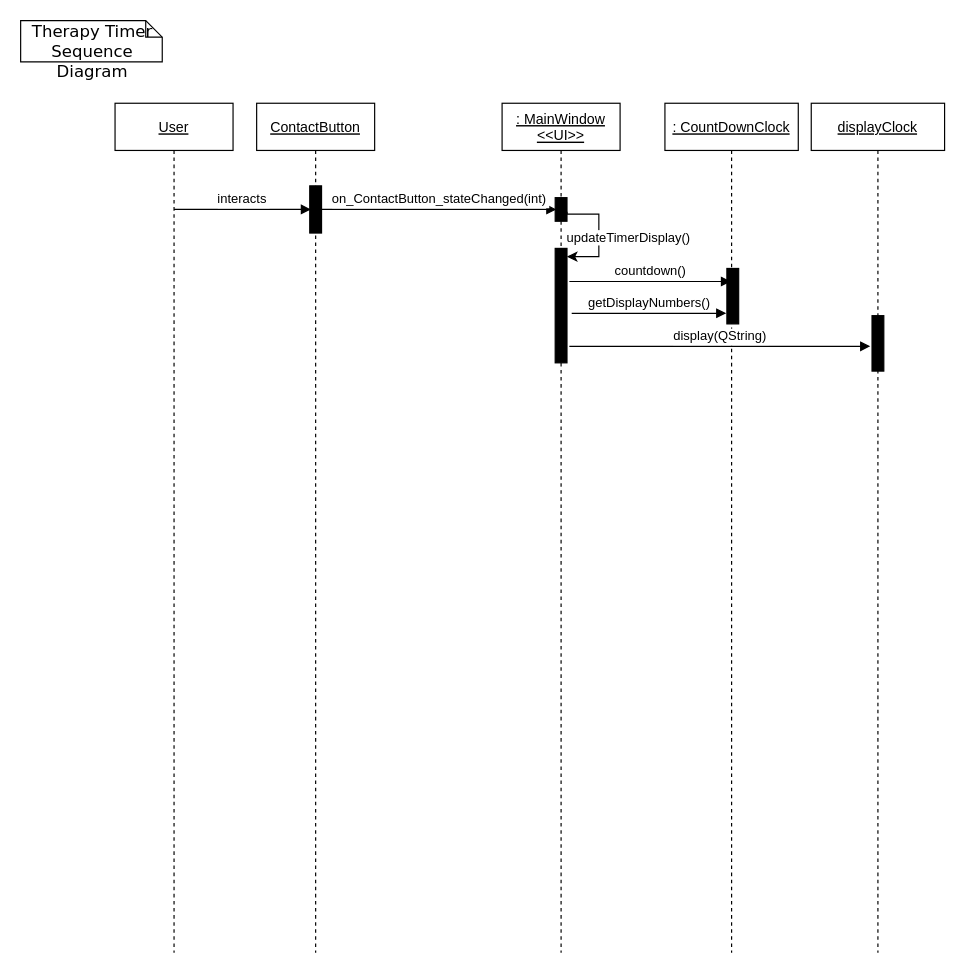
Earlier version of the draw.io diagram Documentation/TherapyTimer.drawio (Hall-Andrew/CESDEVICE-3004FinalProject). Source tidied: cells renumbered, new cells numbered last; positions are measured from the earlier drawing's top-left corner, leaving out a move shared by most shapes. Both pictures are drawn from the tidied source at 118%, with x=0, y=0 at pixel (20, 20).
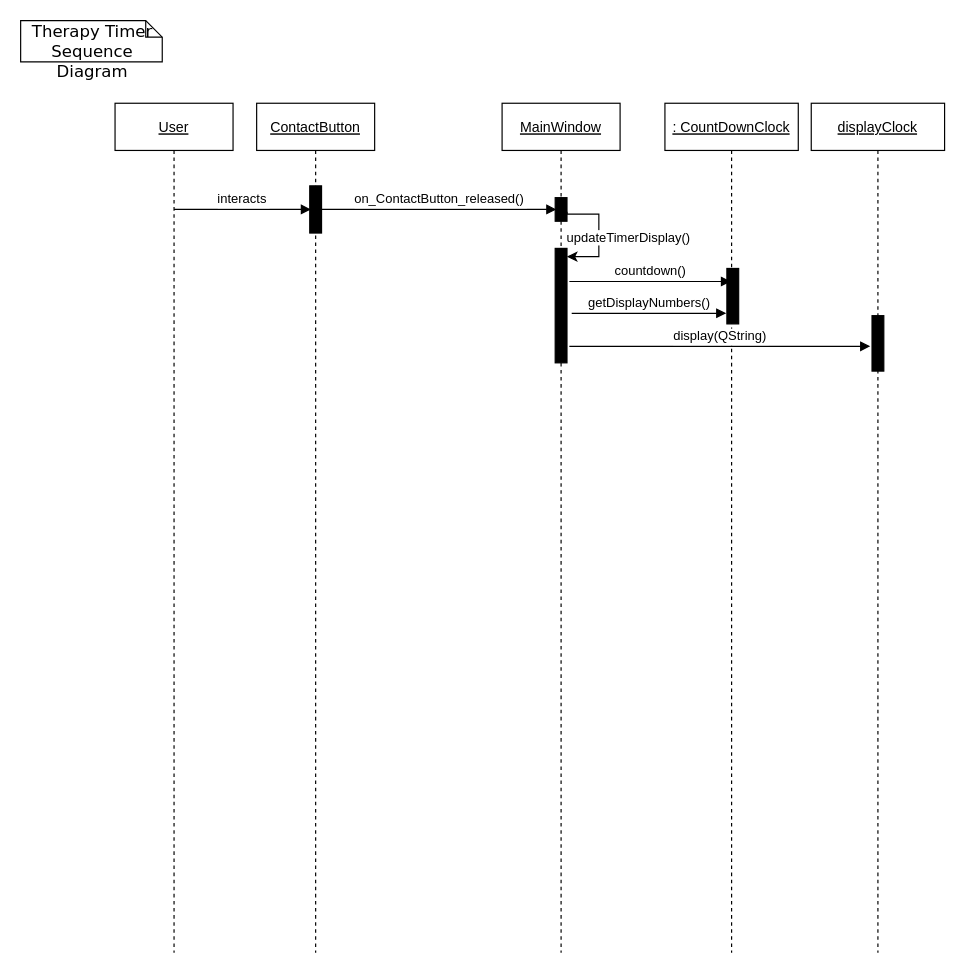
The same page after the edit.

The change refers to these unchanged cells:
```xml
<mxCell id="4" style="points=[];perimeter=orthogonalPerimeter;rounded=0;shadow=0;strokeWidth=1;fillColor=#000000;" parent="3" vertex="1">
  <mxGeometry x="45" y="70" width="10" height="40" as="geometry" />
</mxCell>
<mxCell id="7" style="points=[];perimeter=orthogonalPerimeter;rounded=0;shadow=0;strokeWidth=1;fillColor=#000000;" parent="6" vertex="1">
  <mxGeometry x="45" y="80" width="10" height="20" as="geometry" />
</mxCell>
```

Diff of the diagram source:
```diff
@@
-    <mxCell id="6" value=": MainWindow&#10;&lt;&lt;UI&gt;&gt;" style="shape=umlLifeline;perimeter=lifelinePerimeter;rounded=0;shadow=0;strokeWidth=1;fontStyle=4;" parent="1" vertex="1">
+    <mxCell id="6" value="MainWindow" style="shape=umlLifeline;perimeter=lifelinePerimeter;rounded=0;shadow=0;strokeWidth=1;fontStyle=4;" parent="1" vertex="1">
       <mxGeometry x="408" y="70" width="100" height="720" as="geometry" />
     </mxCell>
@@
-    <mxCell id="14" value="on_ContactButton_stateChanged(int)" style="verticalAlign=bottom;endArrow=block;shadow=0;strokeWidth=1;entryX=0.1;entryY=0.5;entryDx=0;entryDy=0;entryPerimeter=0;exitX=1;exitY=0.5;exitDx=0;exitDy=0;exitPerimeter=0;" parent="1" edge="1" source="4" target="7">
+    <mxCell id="14" value="on_ContactButton_released()" style="verticalAlign=bottom;endArrow=block;shadow=0;strokeWidth=1;entryX=0.1;entryY=0.5;entryDx=0;entryDy=0;entryPerimeter=0;exitX=1;exitY=0.5;exitDx=0;exitDy=0;exitPerimeter=0;" parent="1" edge="1" source="4" target="7">
       <mxGeometry relative="1" as="geometry" />
     </mxCell>
```
